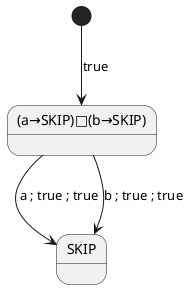
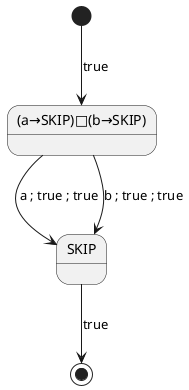
@startuml

state "(a→SKIP)□(b→SKIP)" as abext0
state "SKIP" as abext1

[*] --> abext0 : true
abext0 --> abext1 : a ; true ; true
abext0 --> abext1 : b ; true ; true
+ abext1 --> [*] : true

@enduml